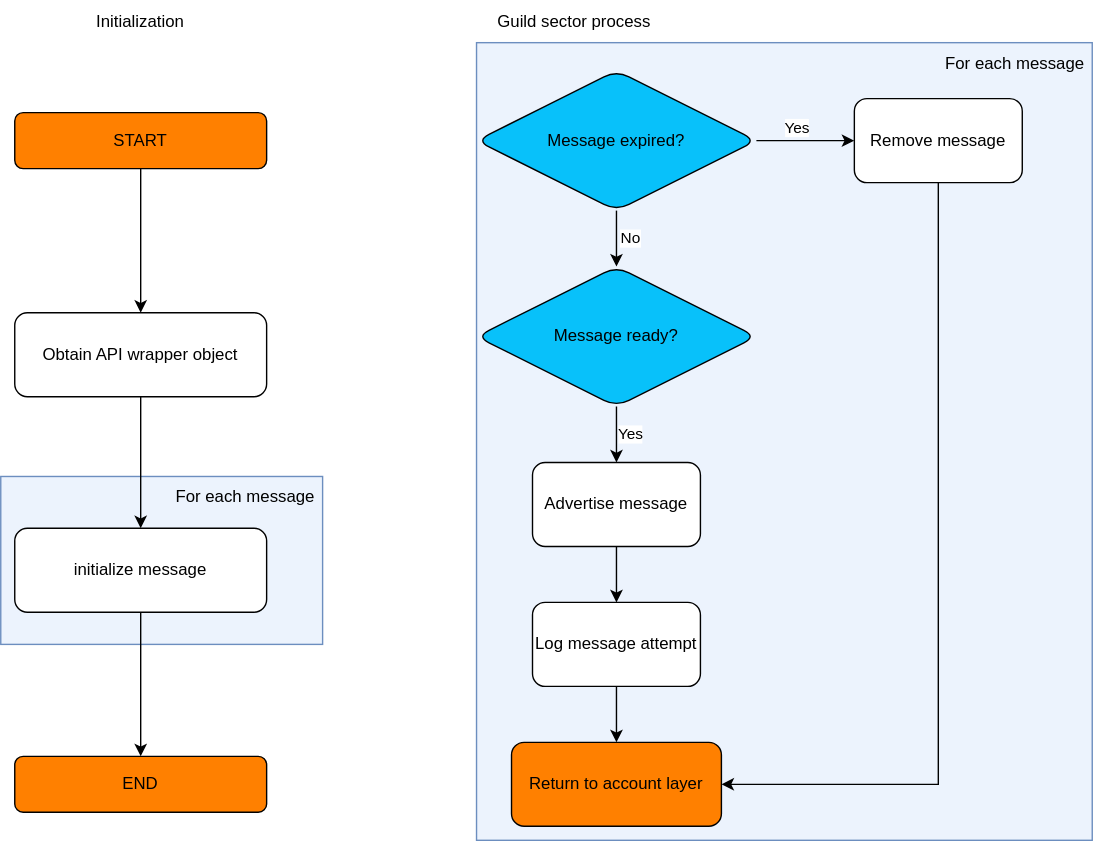
This is docs/thesis/images/daf-guild-layer-flowchart.svg from davidhozic/discord-advertisement-framework, a draw.io export, as it was before one commit. Source tidied: cells renumbered, new cells last; positions are measured from the earlier drawing's top-left corner, leaving out a move shared by most shapes.
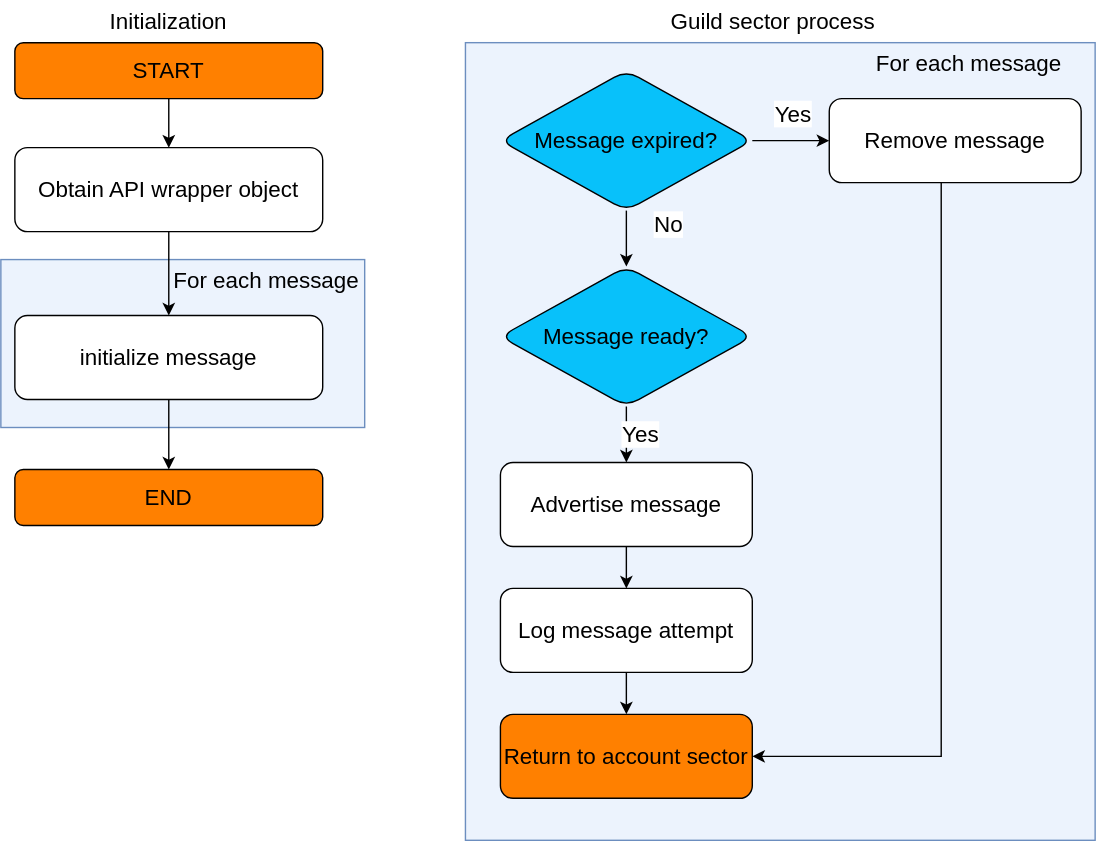
After the change.

What changed in the source:
```diff
@@ -2,94 +2,94 @@
   <root>
     <mxCell id="0" />
     <mxCell id="1" parent="0" />
-    <mxCell id="2" style="rounded=0;whiteSpace=wrap;html=1;fillOpacity=50;align=left;fillColor=#dae8fc;strokeColor=#6c8ebf;" parent="1" vertex="1">
-      <mxGeometry y="340" width="230" height="120" as="geometry" />
+    <mxCell id="2" style="rounded=0;whiteSpace=wrap;html=1;fillOpacity=50;align=left;fillColor=#dae8fc;strokeColor=#6c8ebf;fontSize=16;" parent="1" vertex="1">
+      <mxGeometry x="8" y="185" width="260" height="120" as="geometry" />
     </mxCell>
-    <mxCell id="3" style="rounded=0;whiteSpace=wrap;html=1;fillOpacity=50;align=left;fillColor=#dae8fc;strokeColor=#6c8ebf;" parent="1" vertex="1">
-      <mxGeometry x="340" y="30" width="440" height="570" as="geometry" />
+    <mxCell id="3" style="rounded=0;whiteSpace=wrap;html=1;fillOpacity=50;align=left;fillColor=#dae8fc;strokeColor=#6c8ebf;fontSize=16;" parent="1" vertex="1">
+      <mxGeometry x="340" y="30" width="450" height="570" as="geometry" />
     </mxCell>
-    <mxCell id="4" style="edgeStyle=orthogonalEdgeStyle;rounded=0;jettySize=auto;html=1;startArrow=none;startFill=0;endArrow=classic;endFill=1;strokeColor=#000000;" parent="1" edge="1" source="5" target="7">
+    <mxCell id="4" style="edgeStyle=orthogonalEdgeStyle;rounded=0;jettySize=auto;html=1;startArrow=none;startFill=0;endArrow=classic;endFill=1;strokeColor=#000000;fontSize=16;" parent="1" edge="1" source="5" target="7">
       <mxGeometry relative="1" as="geometry" />
     </mxCell>
-    <mxCell id="5" value="START" style="rounded=1;whiteSpace=wrap;html=1;fontSize=12;glass=0;strokeWidth=1;shadow=0;fillColor=#FF8000;" parent="1" vertex="1">
-      <mxGeometry x="10" y="80" width="180" height="40" as="geometry" />
+    <mxCell id="5" value="START" style="rounded=1;whiteSpace=wrap;html=1;fontSize=16;glass=0;strokeWidth=1;shadow=0;fillColor=#FF8000;" parent="1" vertex="1">
+      <mxGeometry x="18" y="30" width="220" height="40" as="geometry" />
     </mxCell>
-    <mxCell id="6" style="edgeStyle=orthogonalEdgeStyle;rounded=0;jettySize=auto;html=1;" parent="1" edge="1" source="7" target="9">
+    <mxCell id="6" style="edgeStyle=orthogonalEdgeStyle;rounded=0;jettySize=auto;html=1;fontSize=16;" parent="1" edge="1" source="7" target="9">
       <mxGeometry relative="1" as="geometry" />
     </mxCell>
-    <mxCell id="7" value="Obtain API wrapper object" style="whiteSpace=wrap;html=1;rounded=1;glass=0;strokeWidth=1;shadow=0;" parent="1" vertex="1">
-      <mxGeometry x="10" y="223" width="180" height="60" as="geometry" />
+    <mxCell id="7" value="Obtain API wrapper object" style="whiteSpace=wrap;html=1;rounded=1;glass=0;strokeWidth=1;shadow=0;fontSize=16;" parent="1" vertex="1">
+      <mxGeometry x="18" y="105" width="220" height="60" as="geometry" />
     </mxCell>
-    <mxCell id="8" style="edgeStyle=orthogonalEdgeStyle;rounded=0;jettySize=auto;html=1;" parent="1" edge="1" source="9" target="26">
+    <mxCell id="8" style="edgeStyle=orthogonalEdgeStyle;rounded=0;jettySize=auto;html=1;fontSize=16;" parent="1" edge="1" source="9" target="26">
       <mxGeometry relative="1" as="geometry" />
     </mxCell>
-    <mxCell id="9" value="initialize message" style="whiteSpace=wrap;html=1;rounded=1;glass=0;strokeWidth=1;shadow=0;" parent="1" vertex="1">
-      <mxGeometry x="10" y="377" width="180" height="60" as="geometry" />
+    <mxCell id="9" value="initialize message" style="whiteSpace=wrap;html=1;rounded=1;glass=0;strokeWidth=1;shadow=0;fontSize=16;" parent="1" vertex="1">
+      <mxGeometry x="18" y="225" width="220" height="60" as="geometry" />
     </mxCell>
-    <mxCell id="10" value="No" style="edgeStyle=orthogonalEdgeStyle;rounded=0;jettySize=auto;html=1;" parent="1" edge="1" source="13" target="15">
-      <mxGeometry y="10" relative="1" as="geometry">
+    <mxCell id="10" value="No" style="edgeStyle=orthogonalEdgeStyle;rounded=0;jettySize=auto;html=1;fontSize=16;" parent="1" edge="1" source="13" target="15">
+      <mxGeometry x="-0.5" y="30" relative="1" as="geometry">
         <Array as="points">
           <mxPoint x="440" y="190" />
           <mxPoint x="440" y="190" />
         </Array>
       </mxGeometry>
     </mxCell>
-    <mxCell id="11" style="edgeStyle=orthogonalEdgeStyle;rounded=0;jettySize=auto;html=1;" parent="1" edge="1" source="13" target="19">
+    <mxCell id="11" style="edgeStyle=orthogonalEdgeStyle;rounded=0;jettySize=auto;html=1;fontSize=16;" parent="1" edge="1" source="13" target="19">
       <mxGeometry relative="1" as="geometry" />
     </mxCell>
-    <mxCell id="12" value="Yes" style="edgeLabel;html=1;align=center;verticalAlign=middle;" parent="11" vertex="1">
+    <mxCell id="12" value="Yes" style="edgeLabel;html=1;align=center;verticalAlign=middle;fontSize=16;" parent="11" vertex="1">
       <mxGeometry x="-0.2" relative="1" as="geometry">
-        <mxPoint y="-10" as="offset" />
+        <mxPoint x="6" y="-20" as="offset" />
       </mxGeometry>
     </mxCell>
-    <mxCell id="13" value="Message expired?" style="rhombus;whiteSpace=wrap;html=1;rounded=1;glass=0;strokeWidth=1;shadow=0;fillColor=#08C1FA;" parent="1" vertex="1">
-      <mxGeometry x="340" y="50" width="200" height="100" as="geometry" />
+    <mxCell id="13" value="Message expired?" style="rhombus;whiteSpace=wrap;html=1;rounded=1;glass=0;strokeWidth=1;shadow=0;fillColor=#08C1FA;fontSize=16;" parent="1" vertex="1">
+      <mxGeometry x="365" y="50" width="180" height="100" as="geometry" />
     </mxCell>
-    <mxCell id="14" value="Yes" style="edgeStyle=orthogonalEdgeStyle;rounded=0;jettySize=auto;html=1;" parent="1" edge="1" source="15" target="17">
+    <mxCell id="14" value="Yes" style="edgeStyle=orthogonalEdgeStyle;rounded=0;jettySize=auto;html=1;fontSize=16;" parent="1" edge="1" source="15" target="17">
       <mxGeometry y="10" relative="1" as="geometry" />
     </mxCell>
-    <mxCell id="15" value="Message ready?" style="rhombus;whiteSpace=wrap;html=1;rounded=1;glass=0;strokeWidth=1;shadow=0;fillColor=#08C1FA;" parent="1" vertex="1">
-      <mxGeometry x="340" y="190" width="200" height="100" as="geometry" />
+    <mxCell id="15" value="Message ready?" style="rhombus;whiteSpace=wrap;html=1;rounded=1;glass=0;strokeWidth=1;shadow=0;fillColor=#08C1FA;fontSize=16;" parent="1" vertex="1">
+      <mxGeometry x="365" y="190" width="180" height="100" as="geometry" />
     </mxCell>
-    <mxCell id="16" style="edgeStyle=orthogonalEdgeStyle;rounded=0;jettySize=auto;html=1;" parent="1" edge="1" source="17" target="21">
+    <mxCell id="16" style="edgeStyle=orthogonalEdgeStyle;rounded=0;jettySize=auto;html=1;fontSize=16;" parent="1" edge="1" source="17" target="21">
       <mxGeometry relative="1" as="geometry" />
     </mxCell>
-    <mxCell id="17" value="Advertise message" style="whiteSpace=wrap;html=1;rounded=1;glass=0;strokeWidth=1;shadow=0;" parent="1" vertex="1">
-      <mxGeometry x="380" y="330" width="120" height="60" as="geometry" />
+    <mxCell id="17" value="Advertise message" style="whiteSpace=wrap;html=1;rounded=1;glass=0;strokeWidth=1;shadow=0;fontSize=16;" parent="1" vertex="1">
+      <mxGeometry x="365" y="330" width="180" height="60" as="geometry" />
     </mxCell>
-    <mxCell id="18" style="edgeStyle=orthogonalEdgeStyle;rounded=0;jettySize=auto;html=1;entryX=1;entryY=0.5;entryDx=0;entryDy=0;" parent="1" edge="1" source="19" target="22">
+    <mxCell id="18" style="edgeStyle=orthogonalEdgeStyle;rounded=0;jettySize=auto;html=1;entryX=1;entryY=0.5;entryDx=0;entryDy=0;fontSize=16;" parent="1" edge="1" source="19" target="22">
       <mxGeometry relative="1" as="geometry">
         <Array as="points">
-          <mxPoint x="670" y="560" />
+          <mxPoint x="680" y="540" />
         </Array>
       </mxGeometry>
     </mxCell>
-    <mxCell id="19" value="Remove message" style="whiteSpace=wrap;html=1;rounded=1;glass=0;strokeWidth=1;shadow=0;" parent="1" vertex="1">
-      <mxGeometry x="610" y="70" width="120" height="60" as="geometry" />
+    <mxCell id="19" value="Remove message" style="whiteSpace=wrap;html=1;rounded=1;glass=0;strokeWidth=1;shadow=0;fontSize=16;" parent="1" vertex="1">
+      <mxGeometry x="600" y="70" width="180" height="60" as="geometry" />
     </mxCell>
-    <mxCell id="20" style="edgeStyle=orthogonalEdgeStyle;rounded=0;jettySize=auto;html=1;" parent="1" edge="1" source="21" target="22">
+    <mxCell id="20" style="edgeStyle=orthogonalEdgeStyle;rounded=0;jettySize=auto;html=1;fontSize=16;" parent="1" edge="1" source="21" target="22">
       <mxGeometry relative="1" as="geometry" />
     </mxCell>
-    <mxCell id="21" value="Log message attempt" style="whiteSpace=wrap;html=1;rounded=1;glass=0;strokeWidth=1;shadow=0;" parent="1" vertex="1">
-      <mxGeometry x="380" y="430" width="120" height="60" as="geometry" />
+    <mxCell id="21" value="Log message attempt" style="whiteSpace=wrap;html=1;rounded=1;glass=0;strokeWidth=1;shadow=0;fontSize=16;" parent="1" vertex="1">
+      <mxGeometry x="365" y="420" width="180" height="60" as="geometry" />
     </mxCell>
-    <mxCell id="22" value="Return to account layer" style="whiteSpace=wrap;html=1;rounded=1;glass=0;strokeWidth=1;shadow=0;fillColor=#FF8000;" parent="1" vertex="1">
-      <mxGeometry x="365" y="530" width="150" height="60" as="geometry" />
+    <mxCell id="22" value="Return to account sector" style="whiteSpace=wrap;html=1;rounded=1;glass=0;strokeWidth=1;shadow=0;fillColor=#FF8000;fontSize=16;" parent="1" vertex="1">
+      <mxGeometry x="365" y="510" width="180" height="60" as="geometry" />
     </mxCell>
-    <mxCell id="23" value="For each message" style="text;html=1;strokeColor=none;fillColor=none;align=center;verticalAlign=middle;whiteSpace=wrap;rounded=0;" parent="1" vertex="1">
-      <mxGeometry x="670" y="30" width="110" height="30" as="geometry" />
+    <mxCell id="23" value="For each message" style="text;html=1;strokeColor=none;fillColor=none;align=center;verticalAlign=middle;whiteSpace=wrap;rounded=0;fontSize=16;" parent="1" vertex="1">
+      <mxGeometry x="630" y="30" width="140" height="30" as="geometry" />
     </mxCell>
-    <mxCell id="24" value="Initialization" style="text;html=1;strokeColor=none;fillColor=none;align=center;verticalAlign=middle;whiteSpace=wrap;rounded=0;" parent="1" vertex="1">
-      <mxGeometry x="45" width="110" height="30" as="geometry" />
+    <mxCell id="24" value="Initialization" style="text;html=1;strokeColor=none;fillColor=none;align=center;verticalAlign=middle;whiteSpace=wrap;rounded=0;fontSize=16;" parent="1" vertex="1">
+      <mxGeometry x="38" width="180" height="30" as="geometry" />
     </mxCell>
-    <mxCell id="25" value="Guild sector process" style="text;html=1;strokeColor=none;fillColor=none;align=center;verticalAlign=middle;whiteSpace=wrap;rounded=0;" parent="1" vertex="1">
-      <mxGeometry x="340" width="140" height="30" as="geometry" />
+    <mxCell id="25" value="Guild sector process" style="text;html=1;strokeColor=none;fillColor=none;align=center;verticalAlign=middle;whiteSpace=wrap;rounded=0;fontSize=16;" parent="1" vertex="1">
+      <mxGeometry x="340" width="440" height="30" as="geometry" />
     </mxCell>
-    <mxCell id="26" value="END" style="rounded=1;whiteSpace=wrap;html=1;fontSize=12;glass=0;strokeWidth=1;shadow=0;fillColor=#FF8000;" parent="1" vertex="1">
-      <mxGeometry x="10" y="540" width="180" height="40" as="geometry" />
+    <mxCell id="26" value="END" style="rounded=1;whiteSpace=wrap;html=1;fontSize=16;glass=0;strokeWidth=1;shadow=0;fillColor=#FF8000;" parent="1" vertex="1">
+      <mxGeometry x="18" y="335" width="220" height="40" as="geometry" />
     </mxCell>
-    <mxCell id="27" value="For each message" style="text;html=1;strokeColor=none;fillColor=none;align=center;verticalAlign=middle;whiteSpace=wrap;rounded=0;" parent="1" vertex="1">
-      <mxGeometry x="120" y="340" width="110" height="30" as="geometry" />
+    <mxCell id="27" value="For each message" style="text;html=1;strokeColor=none;fillColor=none;align=center;verticalAlign=middle;whiteSpace=wrap;rounded=0;fontSize=16;" parent="1" vertex="1">
+      <mxGeometry x="118" y="185" width="160" height="30" as="geometry" />
     </mxCell>
   </root>
 </mxGraphModel>
```
